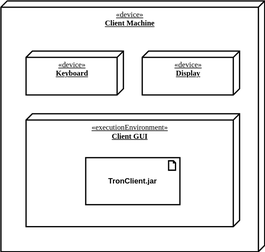
The draw.io diagram docs/application/diagrams/DeploymentDiagram.drawio.svg in HaniAlshikh/tron, before a commit. Source tidied: cells renumbered, new cells last; positions are measured from the earlier drawing's top-left corner, leaving out a move shared by most shapes.
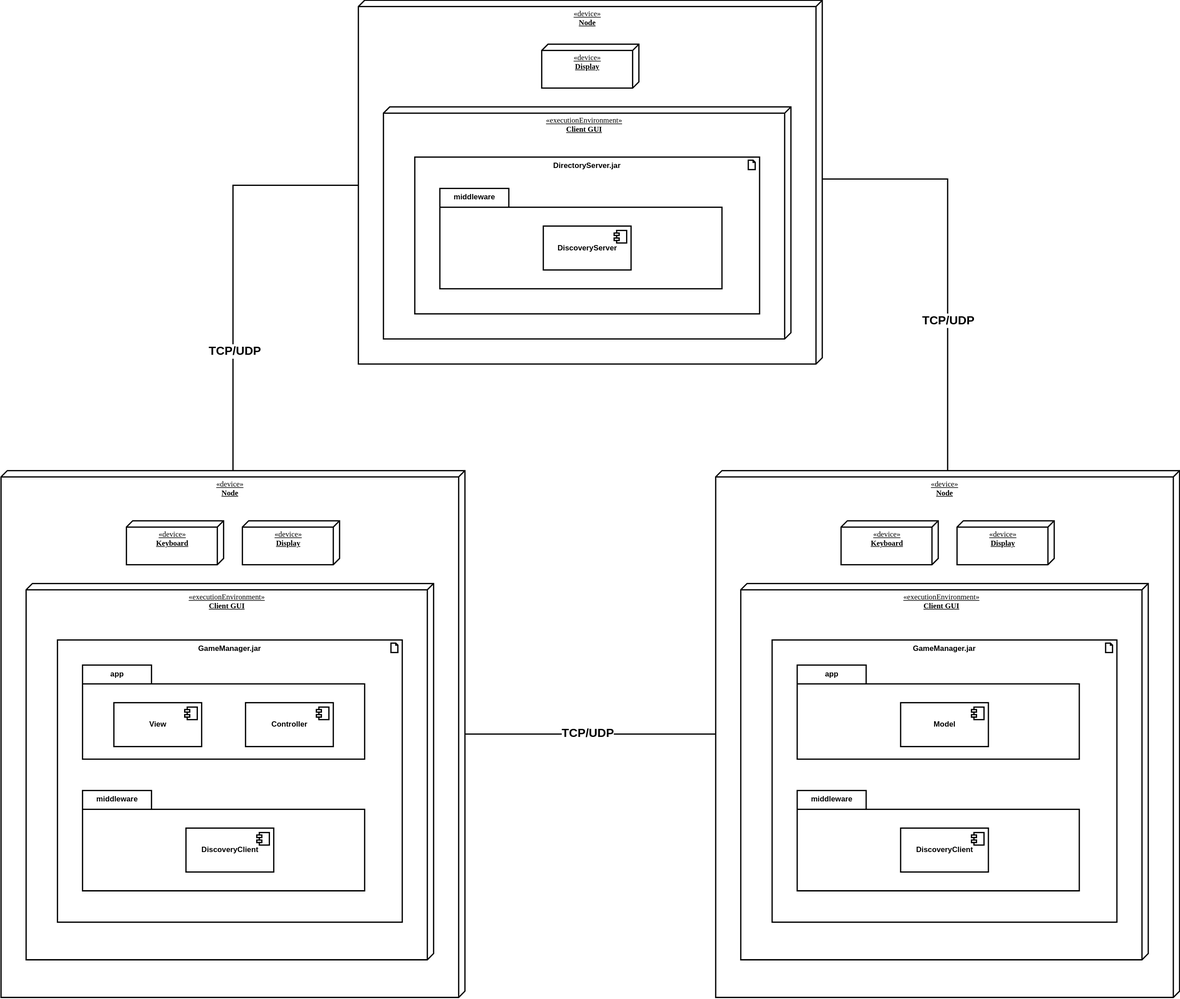
Above is the later version.

What changed in the source:
```diff
@@ -2,20 +2,130 @@
   <root>
     <mxCell id="0" />
     <mxCell id="1" parent="0" />
-    <mxCell id="2" value="&lt;span&gt;«device»&lt;/span&gt;&lt;br&gt;&lt;b&gt;Client Machine&lt;/b&gt;" style="verticalAlign=top;align=center;spacingTop=8;spacingLeft=2;spacingRight=12;shape=cube;size=10;direction=south;fontStyle=4;html=1;rounded=0;shadow=0;comic=0;labelBackgroundColor=none;strokeWidth=2;fontFamily=Verdana;fontSize=12;" parent="1" vertex="1">
-      <mxGeometry width="420" height="400" as="geometry" />
-    </mxCell>
-    <mxCell id="3" value="&lt;span&gt;«executionEnvironment»&lt;/span&gt;&lt;br&gt;&lt;b&gt;Client GUI&lt;/b&gt;" style="verticalAlign=top;align=center;spacingTop=8;spacingLeft=2;spacingRight=12;shape=cube;size=10;direction=south;fontStyle=4;html=1;rounded=0;shadow=0;comic=0;labelBackgroundColor=none;strokeWidth=2;fontFamily=Verdana;fontSize=12;" parent="1" vertex="1">
-      <mxGeometry x="40" y="180" width="340" height="180" as="geometry" />
-    </mxCell>
-    <mxCell id="4" value="&lt;b&gt;TronClient.jar&lt;/b&gt;" style="html=1;whiteSpace=wrap;shape=mxgraph.archimate3.application;appType=artifact;archiType=square;strokeWidth=2;" parent="1" vertex="1">
-      <mxGeometry x="135" y="250" width="150" height="75" as="geometry" />
-    </mxCell>
-    <mxCell id="5" value="&lt;span&gt;«device»&lt;/span&gt;&lt;br&gt;&lt;b&gt;Keyboard&lt;/b&gt;" style="verticalAlign=top;align=center;spacingTop=8;spacingLeft=2;spacingRight=12;shape=cube;size=10;direction=south;fontStyle=4;html=1;rounded=0;shadow=0;comic=0;labelBackgroundColor=none;strokeWidth=2;fontFamily=Verdana;fontSize=12;" parent="1" vertex="1">
-      <mxGeometry x="40" y="80" width="155" height="70" as="geometry" />
-    </mxCell>
-    <mxCell id="6" value="&lt;span&gt;«device»&lt;/span&gt;&lt;br&gt;&lt;b&gt;Display&lt;/b&gt;" style="verticalAlign=top;align=center;spacingTop=8;spacingLeft=2;spacingRight=12;shape=cube;size=10;direction=south;fontStyle=4;html=1;rounded=0;shadow=0;comic=0;labelBackgroundColor=none;strokeWidth=2;fontFamily=Verdana;fontSize=12;" parent="1" vertex="1">
-      <mxGeometry x="225" y="80" width="155" height="70" as="geometry" />
-    </mxCell>
+    <mxCell id="7" style="edgeStyle=orthogonalEdgeStyle;html=1;entryX=0;entryY=0;entryDx=285;entryDy=0;entryPerimeter=0;fontSize=19;endArrow=none;endFill=0;strokeWidth=2;rounded=0;" parent="1" edge="1" source="9" target="17">
+      <mxGeometry relative="1" as="geometry" />
+    </mxCell>
+    <mxCell id="8" value="&lt;b style=&quot;font-size: 11px&quot;&gt;&lt;font style=&quot;font-size: 19px&quot;&gt;TCP/UDP&lt;/font&gt;&lt;/b&gt;" style="edgeLabel;html=1;align=center;verticalAlign=middle;fontSize=19;" parent="7" vertex="1">
+      <mxGeometry x="-0.28" y="-8" relative="1" as="geometry">
+        <mxPoint x="-8" as="offset" />
+      </mxGeometry>
+    </mxCell>
+    <mxCell id="9" value="&lt;span&gt;«device»&lt;/span&gt;&lt;br&gt;&lt;b&gt;Node&lt;/b&gt;" style="verticalAlign=top;align=center;spacingTop=8;spacingLeft=2;spacingRight=12;shape=cube;size=10;direction=south;fontStyle=4;html=1;rounded=0;shadow=0;comic=0;labelBackgroundColor=none;strokeWidth=2;fontFamily=Verdana;fontSize=12;" parent="1" vertex="1">
+      <mxGeometry x="880" y="50" width="740" height="840" as="geometry" />
+    </mxCell>
+    <mxCell id="10" value="&lt;span&gt;«executionEnvironment»&lt;/span&gt;&lt;br&gt;&lt;b&gt;Client GUI&lt;/b&gt;" style="verticalAlign=top;align=center;spacingTop=8;spacingLeft=2;spacingRight=12;shape=cube;size=10;direction=south;fontStyle=4;html=1;rounded=0;shadow=0;comic=0;labelBackgroundColor=none;strokeWidth=2;fontFamily=Verdana;fontSize=12;" parent="1" vertex="1">
+      <mxGeometry x="920" y="230" width="650" height="600" as="geometry" />
+    </mxCell>
+    <mxCell id="11" value="&lt;b&gt;GameManager.jar&lt;/b&gt;" style="html=1;whiteSpace=wrap;shape=mxgraph.archimate3.application;appType=artifact;archiType=square;strokeWidth=2;verticalAlign=top;" parent="1" vertex="1">
+      <mxGeometry x="970" y="320" width="550" height="450" as="geometry" />
+    </mxCell>
+    <mxCell id="12" value="&lt;span&gt;«device»&lt;/span&gt;&lt;br&gt;&lt;b&gt;Keyboard&lt;/b&gt;" style="verticalAlign=top;align=center;spacingTop=8;spacingLeft=2;spacingRight=12;shape=cube;size=10;direction=south;fontStyle=4;html=1;rounded=0;shadow=0;comic=0;labelBackgroundColor=none;strokeWidth=2;fontFamily=Verdana;fontSize=12;" parent="1" vertex="1">
+      <mxGeometry x="1080" y="130" width="155" height="70" as="geometry" />
+    </mxCell>
+    <mxCell id="13" value="&lt;span&gt;«device»&lt;/span&gt;&lt;br&gt;&lt;b&gt;Display&lt;/b&gt;" style="verticalAlign=top;align=center;spacingTop=8;spacingLeft=2;spacingRight=12;shape=cube;size=10;direction=south;fontStyle=4;html=1;rounded=0;shadow=0;comic=0;labelBackgroundColor=none;strokeWidth=2;fontFamily=Verdana;fontSize=12;" parent="1" vertex="1">
+      <mxGeometry x="1265" y="130" width="155" height="70" as="geometry" />
+    </mxCell>
+    <mxCell id="14" value="app" style="shape=folder;fontStyle=1;tabWidth=110;tabHeight=30;tabPosition=left;html=1;boundedLbl=1;labelInHeader=1;strokeWidth=2;" parent="1" vertex="1">
+      <mxGeometry x="1010" y="360" width="450" height="150" as="geometry" />
+    </mxCell>
+    <mxCell id="15" value="&lt;b&gt;Model&lt;br&gt;&lt;/b&gt;" style="html=1;strokeWidth=2;align=center;verticalAlign=middle;" parent="14" vertex="1">
+      <mxGeometry x="165" y="60" width="140" height="70" as="geometry" />
+    </mxCell>
+    <mxCell id="16" style="shape=module;jettyWidth=8;jettyHeight=4;strokeWidth=2;align=center;verticalAlign=middle;" parent="15" vertex="1">
+      <mxGeometry x="1" width="20" height="20" relative="1" as="geometry">
+        <mxPoint x="-27" y="7" as="offset" />
+      </mxGeometry>
+    </mxCell>
+    <mxCell id="17" value="&lt;span&gt;«device»&lt;/span&gt;&lt;br&gt;&lt;b&gt;Node&lt;/b&gt;" style="verticalAlign=top;align=center;spacingTop=8;spacingLeft=2;spacingRight=12;shape=cube;size=10;direction=south;fontStyle=4;html=1;rounded=0;shadow=0;comic=0;labelBackgroundColor=none;strokeWidth=2;fontFamily=Verdana;fontSize=12;" parent="1" vertex="1">
+      <mxGeometry x="310" y="-700" width="740" height="580" as="geometry" />
+    </mxCell>
+    <mxCell id="18" value="&lt;span&gt;«executionEnvironment»&lt;/span&gt;&lt;br&gt;&lt;b&gt;Client GUI&lt;/b&gt;" style="verticalAlign=top;align=center;spacingTop=8;spacingLeft=2;spacingRight=12;shape=cube;size=10;direction=south;fontStyle=4;html=1;rounded=0;shadow=0;comic=0;labelBackgroundColor=none;strokeWidth=2;fontFamily=Verdana;fontSize=12;" parent="1" vertex="1">
+      <mxGeometry x="350" y="-530" width="650" height="370" as="geometry" />
+    </mxCell>
+    <mxCell id="19" value="&lt;b&gt;DirectoryServer.jar&lt;/b&gt;" style="html=1;whiteSpace=wrap;shape=mxgraph.archimate3.application;appType=artifact;archiType=square;strokeWidth=2;verticalAlign=top;" parent="1" vertex="1">
+      <mxGeometry x="400" y="-450" width="550" height="250" as="geometry" />
+    </mxCell>
+    <mxCell id="20" value="&lt;span&gt;«device»&lt;/span&gt;&lt;br&gt;&lt;b&gt;Display&lt;/b&gt;" style="verticalAlign=top;align=center;spacingTop=8;spacingLeft=2;spacingRight=12;shape=cube;size=10;direction=south;fontStyle=4;html=1;rounded=0;shadow=0;comic=0;labelBackgroundColor=none;strokeWidth=2;fontFamily=Verdana;fontSize=12;" parent="1" vertex="1">
+      <mxGeometry x="602.5" y="-630" width="155" height="70" as="geometry" />
+    </mxCell>
+    <mxCell id="21" value="middleware" style="shape=folder;fontStyle=1;tabWidth=110;tabHeight=30;tabPosition=left;html=1;boundedLbl=1;labelInHeader=1;strokeWidth=2;" parent="1" vertex="1">
+      <mxGeometry x="440" y="-400" width="450" height="160" as="geometry" />
+    </mxCell>
+    <mxCell id="22" value="&lt;b&gt;DiscoveryServer&lt;br&gt;&lt;/b&gt;" style="html=1;strokeWidth=2;align=center;verticalAlign=middle;" parent="21" vertex="1">
+      <mxGeometry x="165" y="60" width="140" height="70" as="geometry" />
+    </mxCell>
+    <mxCell id="23" style="shape=module;jettyWidth=8;jettyHeight=4;strokeWidth=2;align=center;verticalAlign=middle;" parent="22" vertex="1">
+      <mxGeometry x="1" width="20" height="20" relative="1" as="geometry">
+        <mxPoint x="-27" y="7" as="offset" />
+      </mxGeometry>
+    </mxCell>
+    <mxCell id="24" value="middleware" style="shape=folder;fontStyle=1;tabWidth=110;tabHeight=30;tabPosition=left;html=1;boundedLbl=1;labelInHeader=1;strokeWidth=2;" parent="1" vertex="1">
+      <mxGeometry x="1010" y="560" width="450" height="160" as="geometry" />
+    </mxCell>
+    <mxCell id="25" value="&lt;b&gt;DiscoveryClient&lt;br&gt;&lt;/b&gt;" style="html=1;strokeWidth=2;align=center;verticalAlign=middle;" parent="24" vertex="1">
+      <mxGeometry x="165" y="60" width="140" height="70" as="geometry" />
+    </mxCell>
+    <mxCell id="26" style="shape=module;jettyWidth=8;jettyHeight=4;strokeWidth=2;align=center;verticalAlign=middle;" parent="25" vertex="1">
+      <mxGeometry x="1" width="20" height="20" relative="1" as="geometry">
+        <mxPoint x="-27" y="7" as="offset" />
+      </mxGeometry>
+    </mxCell>
+    <mxCell id="27" style="edgeStyle=none;html=1;strokeWidth=2;endArrow=none;endFill=0;" parent="1" edge="1" source="31" target="9">
+      <mxGeometry relative="1" as="geometry" />
+    </mxCell>
+    <mxCell id="28" value="&lt;b&gt;&lt;font style=&quot;font-size: 19px&quot;&gt;TCP/UDP&lt;/font&gt;&lt;/b&gt;" style="edgeLabel;html=1;align=center;verticalAlign=middle;" parent="27" vertex="1">
+      <mxGeometry x="-0.03" y="2" relative="1" as="geometry" />
+    </mxCell>
+    <mxCell id="29" style="edgeStyle=orthogonalEdgeStyle;rounded=0;html=1;entryX=0;entryY=0;entryDx=295;entryDy=740;entryPerimeter=0;fontSize=19;endArrow=none;endFill=0;strokeWidth=2;" parent="1" edge="1" source="31" target="17">
+      <mxGeometry relative="1" as="geometry" />
+    </mxCell>
+    <mxCell id="30" value="&lt;b style=&quot;font-size: 11px&quot;&gt;&lt;font style=&quot;font-size: 19px&quot;&gt;TCP/UDP&lt;/font&gt;&lt;/b&gt;" style="edgeLabel;html=1;align=center;verticalAlign=middle;fontSize=19;" parent="29" vertex="1">
+      <mxGeometry x="-0.42" y="-2" relative="1" as="geometry" />
+    </mxCell>
+    <mxCell id="31" value="&lt;span&gt;«device»&lt;/span&gt;&lt;br&gt;&lt;b&gt;Node&lt;/b&gt;" style="verticalAlign=top;align=center;spacingTop=8;spacingLeft=2;spacingRight=12;shape=cube;size=10;direction=south;fontStyle=4;html=1;rounded=0;shadow=0;comic=0;labelBackgroundColor=none;strokeWidth=2;fontFamily=Verdana;fontSize=12;" parent="1" vertex="1">
+      <mxGeometry x="-260" y="50" width="740" height="840" as="geometry" />
+    </mxCell>
+    <mxCell id="32" value="&lt;span&gt;«executionEnvironment»&lt;/span&gt;&lt;br&gt;&lt;b&gt;Client GUI&lt;/b&gt;" style="verticalAlign=top;align=center;spacingTop=8;spacingLeft=2;spacingRight=12;shape=cube;size=10;direction=south;fontStyle=4;html=1;rounded=0;shadow=0;comic=0;labelBackgroundColor=none;strokeWidth=2;fontFamily=Verdana;fontSize=12;" parent="1" vertex="1">
+      <mxGeometry x="-220" y="230" width="650" height="600" as="geometry" />
+    </mxCell>
+    <mxCell id="33" value="&lt;b&gt;GameManager.jar&lt;/b&gt;" style="html=1;whiteSpace=wrap;shape=mxgraph.archimate3.application;appType=artifact;archiType=square;strokeWidth=2;verticalAlign=top;" parent="1" vertex="1">
+      <mxGeometry x="-170" y="320" width="550" height="450" as="geometry" />
+    </mxCell>
+    <mxCell id="34" value="&lt;span&gt;«device»&lt;/span&gt;&lt;br&gt;&lt;b&gt;Keyboard&lt;/b&gt;" style="verticalAlign=top;align=center;spacingTop=8;spacingLeft=2;spacingRight=12;shape=cube;size=10;direction=south;fontStyle=4;html=1;rounded=0;shadow=0;comic=0;labelBackgroundColor=none;strokeWidth=2;fontFamily=Verdana;fontSize=12;" parent="1" vertex="1">
+      <mxGeometry x="-60" y="130" width="155" height="70" as="geometry" />
+    </mxCell>
+    <mxCell id="35" value="&lt;span&gt;«device»&lt;/span&gt;&lt;br&gt;&lt;b&gt;Display&lt;/b&gt;" style="verticalAlign=top;align=center;spacingTop=8;spacingLeft=2;spacingRight=12;shape=cube;size=10;direction=south;fontStyle=4;html=1;rounded=0;shadow=0;comic=0;labelBackgroundColor=none;strokeWidth=2;fontFamily=Verdana;fontSize=12;" parent="1" vertex="1">
+      <mxGeometry x="125" y="130" width="155" height="70" as="geometry" />
+    </mxCell>
+    <mxCell id="36" value="app" style="shape=folder;fontStyle=1;tabWidth=110;tabHeight=30;tabPosition=left;html=1;boundedLbl=1;labelInHeader=1;strokeWidth=2;" parent="1" vertex="1">
+      <mxGeometry x="-130" y="360" width="450" height="150" as="geometry" />
+    </mxCell>
+    <mxCell id="37" value="&lt;b&gt;View&lt;br&gt;&lt;/b&gt;" style="html=1;strokeWidth=2;align=center;verticalAlign=middle;" parent="36" vertex="1">
+      <mxGeometry x="50" y="60" width="140" height="70" as="geometry" />
+    </mxCell>
+    <mxCell id="38" style="shape=module;jettyWidth=8;jettyHeight=4;strokeWidth=2;align=center;verticalAlign=middle;" parent="37" vertex="1">
+      <mxGeometry x="1" width="20" height="20" relative="1" as="geometry">
+        <mxPoint x="-27" y="7" as="offset" />
+      </mxGeometry>
+    </mxCell>
+    <mxCell id="39" value="&lt;b&gt;Controller&lt;br&gt;&lt;/b&gt;" style="html=1;strokeWidth=2;align=center;verticalAlign=middle;" parent="36" vertex="1">
+      <mxGeometry x="260" y="60" width="140" height="70" as="geometry" />
+    </mxCell>
+    <mxCell id="40" style="shape=module;jettyWidth=8;jettyHeight=4;strokeWidth=2;align=center;verticalAlign=middle;" parent="39" vertex="1">
+      <mxGeometry x="1" width="20" height="20" relative="1" as="geometry">
+        <mxPoint x="-27" y="7" as="offset" />
+      </mxGeometry>
+    </mxCell>
+    <mxCell id="41" value="middleware" style="shape=folder;fontStyle=1;tabWidth=110;tabHeight=30;tabPosition=left;html=1;boundedLbl=1;labelInHeader=1;strokeWidth=2;" parent="1" vertex="1">
+      <mxGeometry x="-130" y="560" width="450" height="160" as="geometry" />
+    </mxCell>
+    <mxCell id="42" value="&lt;b&gt;DiscoveryClient&lt;br&gt;&lt;/b&gt;" style="html=1;strokeWidth=2;align=center;verticalAlign=middle;" parent="41" vertex="1">
+      <mxGeometry x="165" y="60" width="140" height="70" as="geometry" />
+    </mxCell>
+    <mxCell id="43" style="shape=module;jettyWidth=8;jettyHeight=4;strokeWidth=2;align=center;verticalAlign=middle;" parent="42" vertex="1">
+      <mxGeometry x="1" width="20" height="20" relative="1" as="geometry">
+        <mxPoint x="-27" y="7" as="offset" />
+      </mxGeometry>
+    </mxCell>
   </root>
 </mxGraphModel>
```
